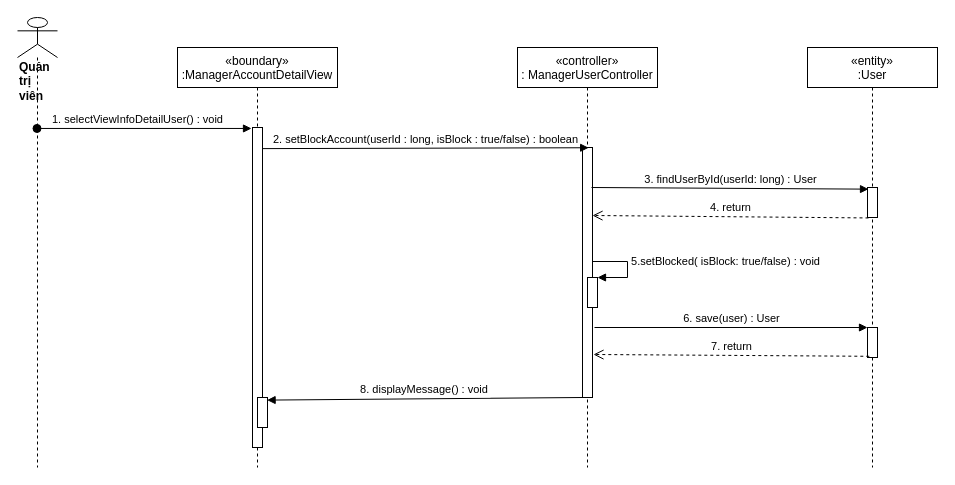
The draw.io diagram sequence diagram/block-unblock-User.drawio in nguyenphamvan/datn_20202, before the edit. Source tidied: cells renumbered, new cells numbered last; positions are measured from the earlier drawing's top-left corner, leaving out a move shared by most shapes. Both pictures are drawn from the tidied source at 100%, with x=0, y=0 at pixel (17, 17).
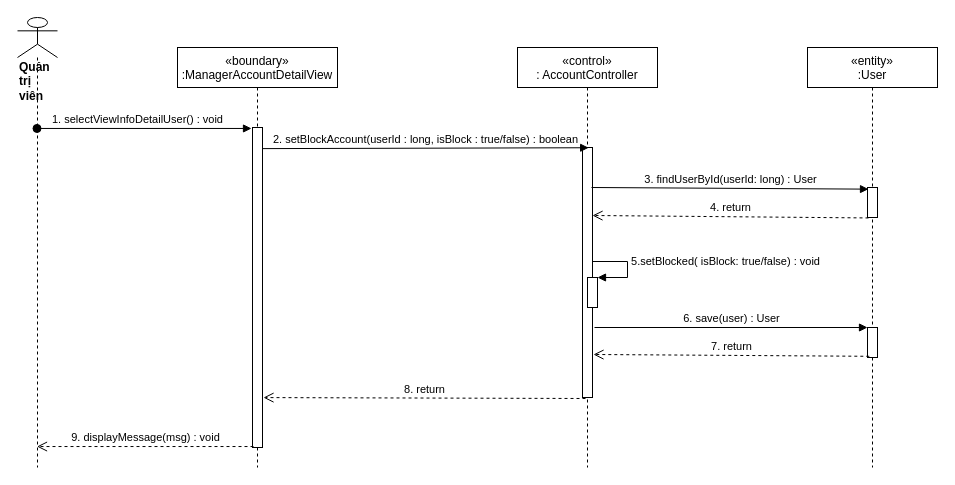
The same diagram, later.

Unchanged cells that the change refers to:
```xml
<mxCell id="3" style="points=[];perimeter=orthogonalPerimeter;rounded=0;shadow=0;strokeWidth=1;" parent="2" vertex="1">
  <mxGeometry x="65" y="100" width="10" height="250" as="geometry" />
</mxCell>
<mxCell id="4" value="&lt;div&gt;&lt;b&gt;Quản trị viên&lt;/b&gt;&lt;/div&gt;" style="shape=umlLifeline;participant=umlActor;perimeter=lifelinePerimeter;whiteSpace=wrap;html=1;verticalAlign=top;spacingTop=36;outlineConnect=0;align=left;size=40;" parent="1" vertex="1">
  <mxGeometry width="40" height="450" as="geometry" />
</mxCell>
<mxCell id="13" value="«boundary»&#10;:ManagerAccountDetailView" style="shape=umlLifeline;perimeter=lifelinePerimeter;rounded=0;shadow=0;strokeWidth=1;" parent="1" vertex="1">
  <mxGeometry x="160" y="30" width="160" height="420" as="geometry" />
</mxCell>
<mxCell id="14" style="points=[];perimeter=orthogonalPerimeter;rounded=0;shadow=0;strokeWidth=1;" parent="13" vertex="1">
  <mxGeometry x="75" y="80" width="10" height="320" as="geometry" />
</mxCell>
```

Change to the diagram source:
```diff
@@
-    <mxCell id="2" value="«controller»&#10;: ManagerUserController" style="shape=umlLifeline;perimeter=lifelinePerimeter;rounded=0;shadow=0;strokeWidth=1;" parent="1" vertex="1">
+    <mxCell id="2" value="«control»&#10;: AccountController" style="shape=umlLifeline;perimeter=lifelinePerimeter;rounded=0;shadow=0;strokeWidth=1;" parent="1" vertex="1">
       <mxGeometry x="500" y="30" width="140" height="420" as="geometry" />
     </mxCell>
@@
-    <mxCell id="7" value="8. displayMessage() : void" style="verticalAlign=bottom;endArrow=block;shadow=0;strokeWidth=1;entryX=0.96;entryY=0.087;entryDx=0;entryDy=0;entryPerimeter=0;" parent="1" edge="1" source="3" target="15">
-      <mxGeometry relative="1" as="geometry" />
-    </mxCell>
@@
-    <mxCell id="15" style="html=1;points=[];perimeter=orthogonalPerimeter;" parent="13" vertex="1">
-      <mxGeometry x="80" y="350" width="10" height="30" as="geometry" />
-    </mxCell>
@@
+    <mxCell id="20" value="8. return" style="html=1;verticalAlign=bottom;endArrow=open;dashed=1;endSize=8;exitX=0.3;exitY=1.004;exitDx=0;exitDy=0;exitPerimeter=0;entryX=1.1;entryY=0.844;entryDx=0;entryDy=0;entryPerimeter=0;" parent="1" edge="1" source="3" target="14">
+      <mxGeometry relative="1" as="geometry" />
+    </mxCell>
+    <mxCell id="21" value="9. displayMessage(msg) : void" style="html=1;verticalAlign=bottom;endArrow=open;dashed=1;endSize=8;exitX=0.1;exitY=0.997;exitDx=0;exitDy=0;exitPerimeter=0;" parent="1" edge="1" source="14" target="4">
+      <mxGeometry relative="1" as="geometry" />
+    </mxCell>
```
